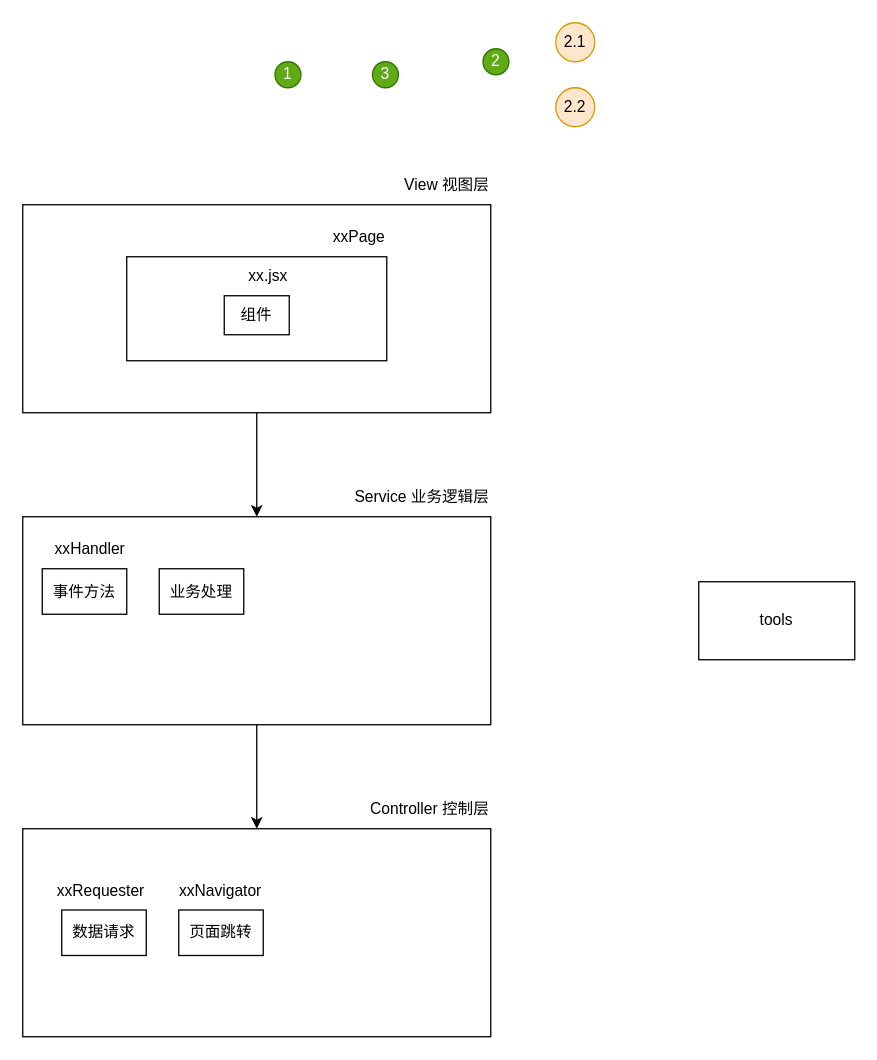
The draw.io diagram gp_front/readme/framework_mode.drawio in nokbita/graduation-project, before the edit. Source tidied: cells renumbered, new cells numbered last; positions are measured from the earlier drawing's top-left corner, leaving out a move shared by most shapes. Both pictures are drawn from the tidied source at 130%, with x=0, y=0 at pixel (22, 22).
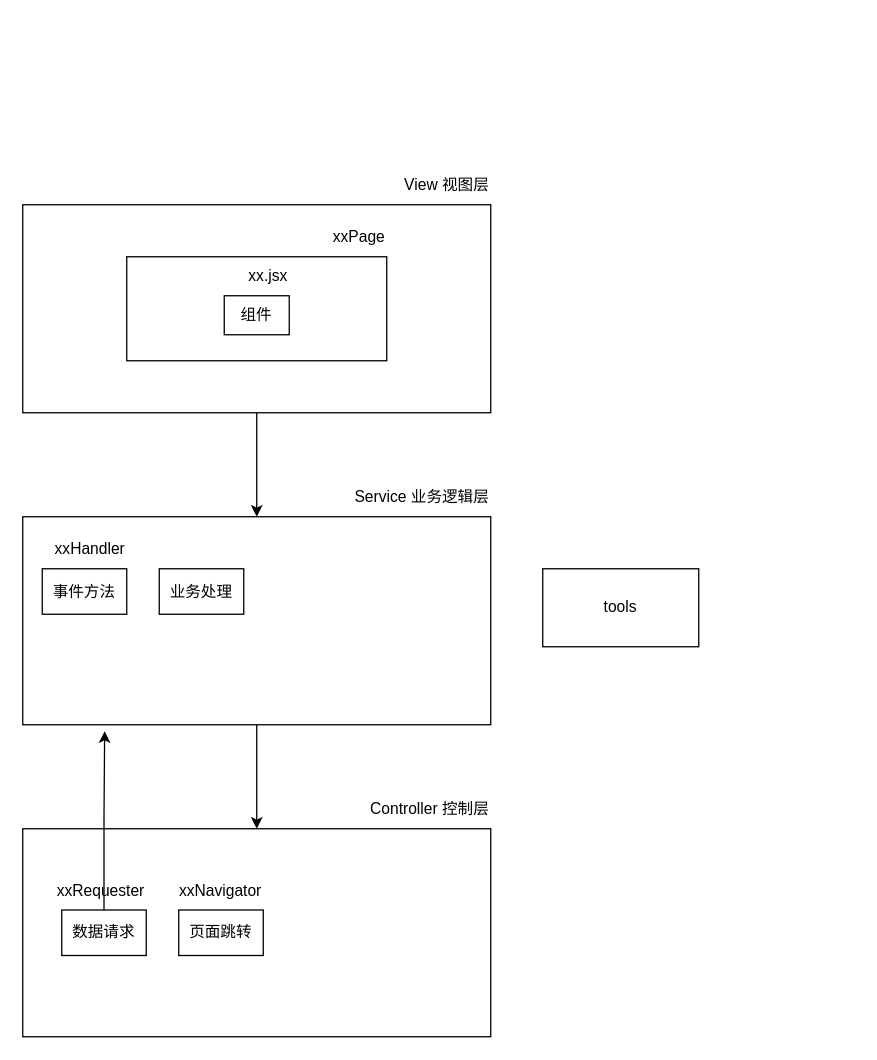
Above is the later version.

The change refers to these unchanged cells:
```xml
<mxCell id="5" style="rounded=0;whiteSpace=wrap;html=1;" parent="1" vertex="1">
  <mxGeometry y="380" width="360" height="160" as="geometry" />
</mxCell>
<mxCell id="23" value="数据请求" style="rounded=0;whiteSpace=wrap;html=1;" parent="1" vertex="1">
  <mxGeometry x="30" y="682.5" width="65" height="35" as="geometry" />
</mxCell>
```

Diff of the diagram source:
```diff
@@
     <mxCell id="7" value="tools" style="rounded=0;whiteSpace=wrap;html=1;" parent="1" vertex="1">
-      <mxGeometry x="520" y="430" width="120" height="60" as="geometry" />
+      <mxGeometry x="400" y="420" width="120" height="60" as="geometry" />
     </mxCell>
-    <mxCell id="8" value="1" style="ellipse;whiteSpace=wrap;html=1;fillColor=#60a917;fontColor=#ffffff;strokeColor=#2D7600;" parent="1" vertex="1">
-      <mxGeometry x="194" y="30" width="20" height="20" as="geometry" />
-    </mxCell>
-    <mxCell id="9" value="2" style="ellipse;whiteSpace=wrap;html=1;fillColor=#60a917;fontColor=#ffffff;strokeColor=#2D7600;" parent="1" vertex="1">
-      <mxGeometry x="354" y="20" width="20" height="20" as="geometry" />
-    </mxCell>
-    <mxCell id="10" value="3" style="ellipse;whiteSpace=wrap;html=1;fillColor=#60a917;fontColor=#ffffff;strokeColor=#2D7600;" parent="1" vertex="1">
-      <mxGeometry x="269" y="30" width="20" height="20" as="geometry" />
-    </mxCell>
-    <mxCell id="11" value="2.1" style="ellipse;whiteSpace=wrap;html=1;fillColor=#ffe6cc;strokeColor=#d79b00;" parent="1" vertex="1">
-      <mxGeometry x="410" width="30" height="30" as="geometry" />
-    </mxCell>
-    <mxCell id="12" value="2.2" style="ellipse;whiteSpace=wrap;html=1;fillColor=#ffe6cc;strokeColor=#d79b00;" parent="1" vertex="1">
-      <mxGeometry x="410" y="50" width="30" height="30" as="geometry" />
-    </mxCell>
@@
+    <mxCell id="27" style="edgeStyle=orthogonalEdgeStyle;rounded=0;jettySize=auto;html=1;exitX=0.5;exitY=0;exitDx=0;exitDy=0;entryX=0.175;entryY=1.031;entryDx=0;entryDy=0;entryPerimeter=0;" parent="1" edge="1" source="23" target="5">
+      <mxGeometry relative="1" as="geometry" />
+    </mxCell>
```
